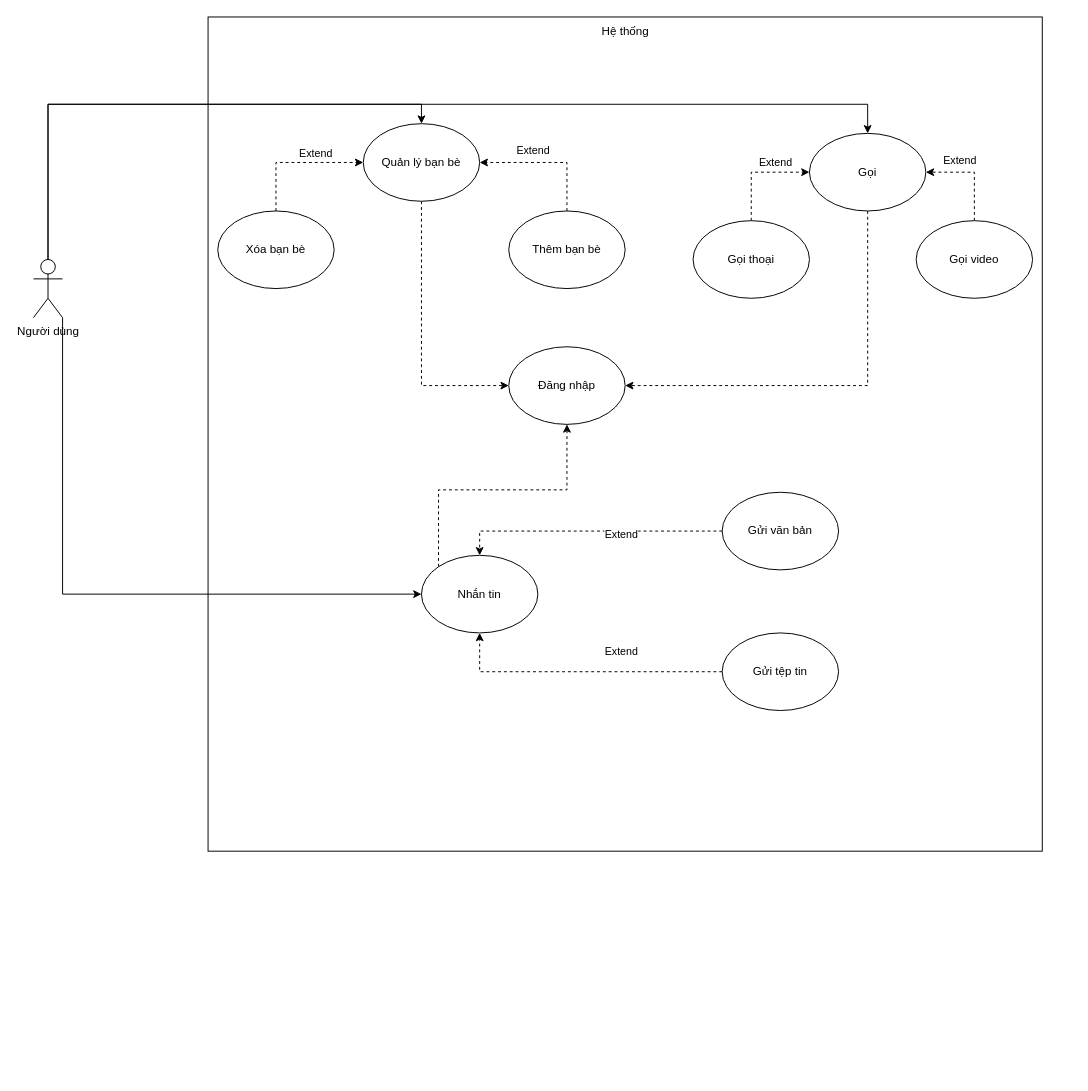
Before: page "Trang-1" (1 of 2) of client/chat.drawio in MaiNhatHoangY2001/mchat, a draw.io diagram. Source tidied: cells renumbered, new cells numbered last; positions are measured from the earlier drawing's top-left corner, leaving out a move shared by most shapes. Both pictures are drawn from the tidied source at 97%, with x=0, y=0 at pixel (33, 16).
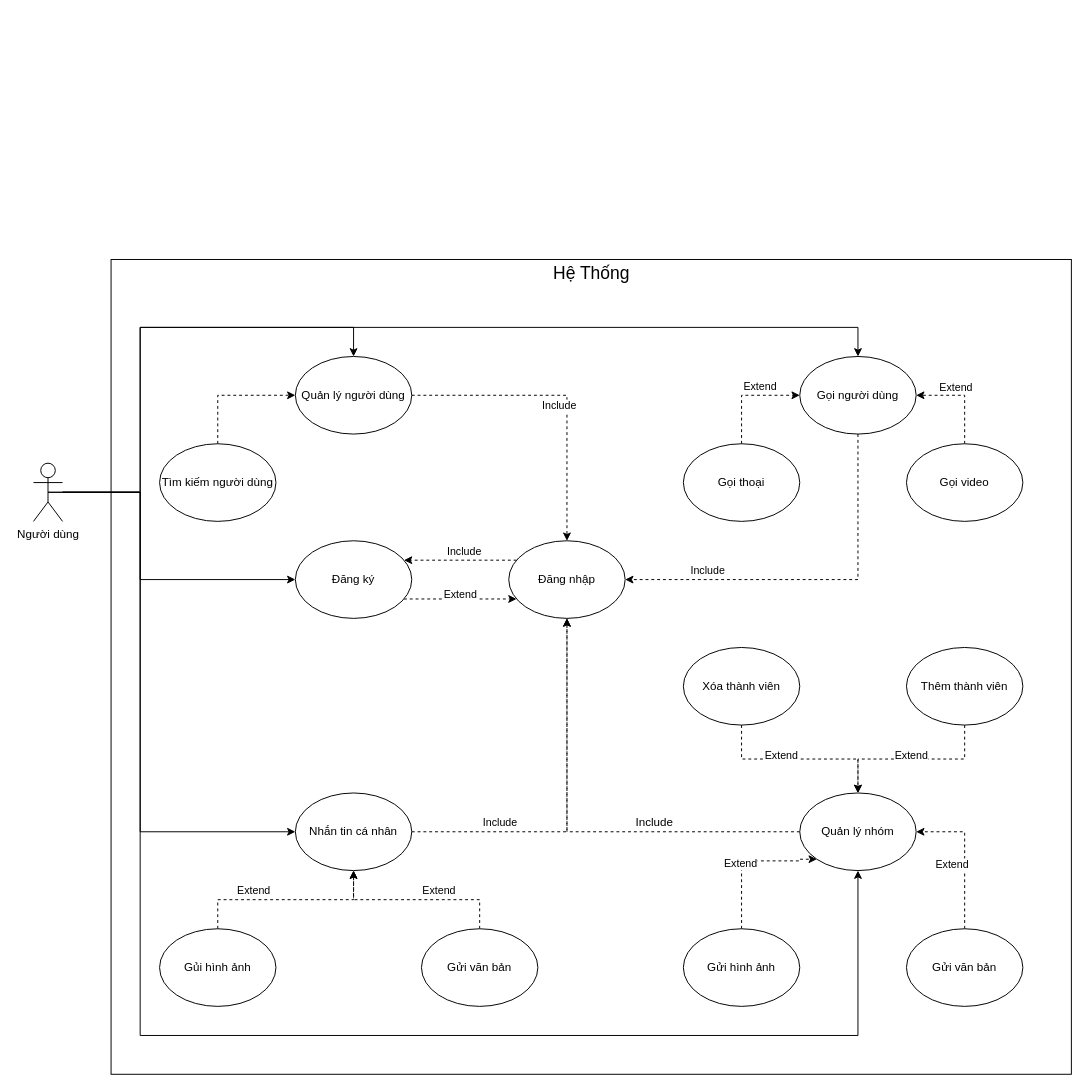
The same page after the edit.

The change refers to these unchanged cells:
```xml
<mxCell id="5" style="edgeStyle=orthogonalEdgeStyle;rounded=0;jettySize=auto;html=1;exitX=0.5;exitY=1;exitDx=0;exitDy=0;entryX=1;entryY=0.5;entryDx=0;entryDy=0;dashed=1;" parent="1" edge="1" source="6" target="23">
  <mxGeometry relative="1" as="geometry" />
</mxCell>
<mxCell id="7" style="edgeStyle=orthogonalEdgeStyle;rounded=0;jettySize=auto;html=1;exitX=0.5;exitY=0;exitDx=0;exitDy=0;entryX=1;entryY=0.5;entryDx=0;entryDy=0;dashed=1;" parent="1" edge="1" source="8" target="6">
  <mxGeometry relative="1" as="geometry" />
</mxCell>
<mxCell id="27" style="edgeStyle=orthogonalEdgeStyle;rounded=0;jettySize=auto;html=1;exitX=0.5;exitY=0;exitDx=0;exitDy=0;entryX=0;entryY=0.5;entryDx=0;entryDy=0;dashed=1;" parent="1" edge="1" source="28" target="6">
  <mxGeometry relative="1" as="geometry" />
</mxCell>
```

The edit, as a diff of the source:
```diff
@@
     <mxCell id="2" style="whiteSpace=wrap;html=1;" parent="1" vertex="1">
-      <mxGeometry x="180" width="860" height="860" as="geometry" />
+      <mxGeometry x="80" y="250" width="990" height="840" as="geometry" />
     </mxCell>
-    <mxCell id="3" style="edgeStyle=orthogonalEdgeStyle;rounded=0;jettySize=auto;html=1;exitX=0;exitY=0;exitDx=0;exitDy=0;entryX=0.5;entryY=1;entryDx=0;entryDy=0;dashed=1;" parent="1" edge="1" source="4" target="23">
-      <mxGeometry relative="1" as="geometry" />
+    <mxCell id="3" style="edgeStyle=orthogonalEdgeStyle;rounded=0;jettySize=auto;html=1;exitX=1;exitY=0.5;exitDx=0;exitDy=0;entryX=0.5;entryY=1;entryDx=0;entryDy=0;dashed=1;" parent="1" edge="1" source="4" target="23">
+      <mxGeometry relative="1" as="geometry">
+        <Array as="points">
+          <mxPoint x="550" y="840" />
+        </Array>
+      </mxGeometry>
     </mxCell>
+    <mxCell id="33" value="Include" style="edgeLabel;html=1;align=center;verticalAlign=middle;" parent="3" vertex="1">
+      <mxGeometry x="0.36" relative="1" as="geometry">
+        <mxPoint x="-70" y="88" as="offset" />
+      </mxGeometry>
+    </mxCell>
-    <mxCell id="4" value="Nhắn tin" style="ellipse;whiteSpace=wrap;html=1;" parent="1" vertex="1">
-      <mxGeometry x="400" y="555" width="120" height="80" as="geometry" />
+    <mxCell id="4" value="Nhắn tin cá nhân" style="ellipse;whiteSpace=wrap;html=1;" parent="1" vertex="1">
+      <mxGeometry x="270" y="800" width="120" height="80" as="geometry" />
     </mxCell>
@@
+    <mxCell id="34" value="Include" style="edgeLabel;html=1;align=center;verticalAlign=middle;" parent="5" vertex="1">
+      <mxGeometry x="0.55" relative="1" as="geometry">
+        <mxPoint x="-4" y="-10" as="offset" />
+      </mxGeometry>
+    </mxCell>
-    <mxCell id="6" value="Gọi" style="ellipse;whiteSpace=wrap;html=1;" parent="1" vertex="1">
-      <mxGeometry x="800" y="120" width="120" height="80" as="geometry" />
+    <mxCell id="6" value="Gọi người dùng" style="ellipse;whiteSpace=wrap;html=1;" parent="1" vertex="1">
+      <mxGeometry x="790" y="350" width="120" height="80" as="geometry" />
     </mxCell>
@@
+    <mxCell id="35" value="Extend" style="edgeLabel;html=1;align=center;verticalAlign=middle;" parent="7" vertex="1">
+      <mxGeometry x="-0.18" y="-1" relative="1" as="geometry">
+        <mxPoint x="-11" y="-18" as="offset" />
+      </mxGeometry>
+    </mxCell>
     <mxCell id="8" value="Gọi video" style="ellipse;whiteSpace=wrap;html=1;" parent="1" vertex="1">
-      <mxGeometry x="910" y="210" width="120" height="80" as="geometry" />
+      <mxGeometry x="900" y="440" width="120" height="80" as="geometry" />
     </mxCell>
-    <mxCell id="9" style="edgeStyle=orthogonalEdgeStyle;rounded=0;jettySize=auto;html=1;exitX=0;exitY=0.5;exitDx=0;exitDy=0;entryX=0.5;entryY=1;entryDx=0;entryDy=0;dashed=1;" parent="1" edge="1" source="10" target="4">
-      <mxGeometry relative="1" as="geometry" />
+    <mxCell id="9" style="edgeStyle=orthogonalEdgeStyle;rounded=0;jettySize=auto;html=1;exitX=0.5;exitY=0;exitDx=0;exitDy=0;dashed=1;entryX=0.5;entryY=1;entryDx=0;entryDy=0;" parent="1" edge="1" source="10" target="4">
+      <mxGeometry relative="1" as="geometry">
+        <Array as="points">
+          <mxPoint x="190" y="910" />
+          <mxPoint x="330" y="910" />
+        </Array>
+      </mxGeometry>
     </mxCell>
+    <mxCell id="36" value="Extend" style="edgeLabel;html=1;align=center;verticalAlign=middle;" parent="9" vertex="1">
+      <mxGeometry x="-0.34" y="-1" relative="1" as="geometry">
+        <mxPoint y="-11" as="offset" />
+      </mxGeometry>
+    </mxCell>
-    <mxCell id="10" value="Gửi tệp tin" style="ellipse;whiteSpace=wrap;html=1;" parent="1" vertex="1">
-      <mxGeometry x="710" y="635" width="120" height="80" as="geometry" />
+    <mxCell id="10" value="Gủi hình ảnh" style="ellipse;whiteSpace=wrap;html=1;" parent="1" vertex="1">
+      <mxGeometry x="130" y="940" width="120" height="80" as="geometry" />
     </mxCell>
-    <mxCell id="11" style="edgeStyle=orthogonalEdgeStyle;rounded=0;jettySize=auto;html=1;exitX=0.5;exitY=0;exitDx=0;exitDy=0;exitPerimeter=0;entryX=0.5;entryY=0;entryDx=0;entryDy=0;" parent="1" edge="1" source="14" target="18">
-      <mxGeometry relative="1" as="geometry" />
-    </mxCell>
-    <mxCell id="12" style="edgeStyle=orthogonalEdgeStyle;rounded=0;jettySize=auto;html=1;exitX=0.75;exitY=0.1;exitDx=0;exitDy=0;exitPerimeter=0;entryX=0.5;entryY=0;entryDx=0;entryDy=0;" parent="1" edge="1" source="14" target="6">
+    <mxCell id="12" style="edgeStyle=orthogonalEdgeStyle;rounded=0;jettySize=auto;html=1;exitX=0.5;exitY=0.5;exitDx=0;exitDy=0;exitPerimeter=0;entryX=0.5;entryY=0;entryDx=0;entryDy=0;" parent="1" edge="1" source="14" target="6">
       <mxGeometry relative="1" as="geometry">
         <Array as="points">
-          <mxPoint x="15" y="256" />
-          <mxPoint x="15" y="90" />
-          <mxPoint x="860" y="90" />
+          <mxPoint x="110" y="490" />
+          <mxPoint x="110" y="320" />
+          <mxPoint x="850" y="320" />
         </Array>
       </mxGeometry>
     </mxCell>
-    <mxCell id="13" style="edgeStyle=orthogonalEdgeStyle;rounded=0;jettySize=auto;html=1;exitX=1;exitY=1;exitDx=0;exitDy=0;exitPerimeter=0;entryX=0;entryY=0.5;entryDx=0;entryDy=0;" parent="1" edge="1" source="14" target="4">
-      <mxGeometry relative="1" as="geometry" />
+    <mxCell id="13" style="edgeStyle=orthogonalEdgeStyle;rounded=0;jettySize=auto;html=1;exitX=0.5;exitY=0.5;exitDx=0;exitDy=0;exitPerimeter=0;entryX=0;entryY=0.5;entryDx=0;entryDy=0;" parent="1" edge="1" source="14" target="4">
+      <mxGeometry relative="1" as="geometry">
+        <Array as="points">
+          <mxPoint x="110" y="490" />
+          <mxPoint x="110" y="840" />
+        </Array>
+      </mxGeometry>
     </mxCell>
+    <mxCell id="37" style="edgeStyle=orthogonalEdgeStyle;rounded=0;jettySize=auto;html=1;entryX=0.5;entryY=0;entryDx=0;entryDy=0;" parent="1" edge="1" source="14" target="46">
+      <mxGeometry relative="1" as="geometry">
+        <Array as="points">
+          <mxPoint x="110" y="490" />
+          <mxPoint x="110" y="320" />
+          <mxPoint x="330" y="320" />
+        </Array>
+      </mxGeometry>
+    </mxCell>
+    <mxCell id="38" style="edgeStyle=orthogonalEdgeStyle;rounded=0;jettySize=auto;html=1;entryX=0.5;entryY=1;entryDx=0;entryDy=0;" parent="1" edge="1" source="14" target="51">
+      <mxGeometry relative="1" as="geometry">
+        <Array as="points">
+          <mxPoint x="110" y="490" />
+          <mxPoint x="110" y="1050" />
+          <mxPoint x="850" y="1050" />
+        </Array>
+      </mxGeometry>
+    </mxCell>
+    <mxCell id="39" style="edgeStyle=orthogonalEdgeStyle;rounded=0;jettySize=auto;html=1;entryX=0;entryY=0.5;entryDx=0;entryDy=0;" parent="1" edge="1" source="14" target="66">
+      <mxGeometry relative="1" as="geometry">
+        <Array as="points">
+          <mxPoint x="110" y="490" />
+          <mxPoint x="110" y="580" />
+        </Array>
+      </mxGeometry>
+    </mxCell>
     <mxCell id="14" value="Người dùng&lt;br&gt;" style="shape=umlActor;verticalLabelPosition=bottom;verticalAlign=top;html=1;outlineConnect=0;" parent="1" vertex="1">
-      <mxGeometry y="250" width="30" height="60" as="geometry" />
+      <mxGeometry y="460" width="30" height="60" as="geometry" />
     </mxCell>
-    <mxCell id="15" style="edgeStyle=orthogonalEdgeStyle;rounded=0;jettySize=auto;html=1;exitX=0;exitY=0.5;exitDx=0;exitDy=0;entryX=0.5;entryY=0;entryDx=0;entryDy=0;dashed=1;" parent="1" edge="1" source="16" target="4">
-      <mxGeometry relative="1" as="geometry" />
+    <mxCell id="15" style="edgeStyle=orthogonalEdgeStyle;rounded=0;jettySize=auto;html=1;exitX=0.5;exitY=0;exitDx=0;exitDy=0;entryX=0.5;entryY=1;entryDx=0;entryDy=0;dashed=1;" parent="1" edge="1" source="16" target="4">
+      <mxGeometry x="-0.69" y="-45" relative="1" as="geometry">
+        <Array as="points">
+          <mxPoint x="460" y="910" />
+          <mxPoint x="330" y="910" />
+        </Array>
+        <mxPoint x="40" y="25" as="offset" />
+      </mxGeometry>
     </mxCell>
+    <mxCell id="40" value="Extend" style="edgeLabel;html=1;align=center;verticalAlign=middle;" parent="15" vertex="1">
+      <mxGeometry x="-0.23" relative="1" as="geometry">
+        <mxPoint y="-10" as="offset" />
+      </mxGeometry>
+    </mxCell>
     <mxCell id="16" value="Gửi văn bản" style="ellipse;whiteSpace=wrap;html=1;" parent="1" vertex="1">
-      <mxGeometry x="710" y="490" width="120" height="80" as="geometry" />
+      <mxGeometry x="400" y="940" width="120" height="80" as="geometry" />
     </mxCell>
-    <mxCell id="17" style="edgeStyle=orthogonalEdgeStyle;rounded=0;jettySize=auto;html=1;exitX=0.5;exitY=1;exitDx=0;exitDy=0;entryX=0;entryY=0.5;entryDx=0;entryDy=0;dashed=1;" parent="1" edge="1" source="18" target="23">
-      <mxGeometry relative="1" as="geometry" />
-    </mxCell>
-    <mxCell id="18" value="Quản lý bạn bè" style="ellipse;whiteSpace=wrap;html=1;" parent="1" vertex="1">
-      <mxGeometry x="340" y="110" width="120" height="80" as="geometry" />
-    </mxCell>
-    <mxCell id="19" style="edgeStyle=orthogonalEdgeStyle;rounded=0;jettySize=auto;html=1;exitX=0.5;exitY=0;exitDx=0;exitDy=0;entryX=1;entryY=0.5;entryDx=0;entryDy=0;dashed=1;" parent="1" edge="1" source="20" target="18">
-      <mxGeometry relative="1" as="geometry" />
-    </mxCell>
-    <mxCell id="20" value="Thêm bạn bè" style="ellipse;whiteSpace=wrap;html=1;" parent="1" vertex="1">
-      <mxGeometry x="490" y="200" width="120" height="80" as="geometry" />
-    </mxCell>
-    <mxCell id="21" style="edgeStyle=orthogonalEdgeStyle;rounded=0;jettySize=auto;html=1;exitX=0.5;exitY=0;exitDx=0;exitDy=0;entryX=0;entryY=0.5;entryDx=0;entryDy=0;dashed=1;" parent="1" edge="1" source="22" target="18">
-      <mxGeometry relative="1" as="geometry" />
-    </mxCell>
-    <mxCell id="22" value="Xóa bạn bè" style="ellipse;whiteSpace=wrap;html=1;" parent="1" vertex="1">
-      <mxGeometry x="190" y="200" width="120" height="80" as="geometry" />
-    </mxCell>
+    <mxCell id="41" style="edgeStyle=orthogonalEdgeStyle;rounded=0;jettySize=auto;html=1;dashed=1;" parent="1" edge="1" source="23" target="66">
+      <mxGeometry relative="1" as="geometry">
+        <Array as="points">
+          <mxPoint x="460" y="560" />
+          <mxPoint x="460" y="560" />
+        </Array>
+      </mxGeometry>
+    </mxCell>
+    <mxCell id="42" value="Include" style="edgeLabel;html=1;align=center;verticalAlign=middle;" parent="41" vertex="1">
+      <mxGeometry x="-0.16" y="2" relative="1" as="geometry">
+        <mxPoint x="-6" y="-12" as="offset" />
+      </mxGeometry>
+    </mxCell>
     <mxCell id="23" value="Đăng nhập" style="ellipse;whiteSpace=wrap;html=1;" parent="1" vertex="1">
-      <mxGeometry x="490" y="340" width="120" height="80" as="geometry" />
+      <mxGeometry x="490" y="540" width="120" height="80" as="geometry" />
     </mxCell>
-    <mxCell id="24" value="Extend" style="edgeLabel;html=1;align=center;verticalAlign=middle;" parent="1" vertex="1">
-      <mxGeometry x="290" y="140" as="geometry" />
-    </mxCell>
-    <mxCell id="25" value="Extend" style="edgeLabel;html=1;align=center;verticalAlign=middle;" parent="1" vertex="1">
-      <mxGeometry x="610" y="360" as="geometry">
-        <mxPoint x="-5" y="173" as="offset" />
-      </mxGeometry>
-    </mxCell>
-    <mxCell id="26" value="Extend" style="edgeLabel;html=1;align=center;verticalAlign=middle;" parent="1" vertex="1">
-      <mxGeometry x="610" y="480" as="geometry">
-        <mxPoint x="-5" y="173" as="offset" />
-      </mxGeometry>
-    </mxCell>
@@
+    <mxCell id="43" value="Extend" style="edgeLabel;html=1;align=center;verticalAlign=middle;" parent="27" vertex="1">
+      <mxGeometry x="0.23" y="-2" relative="1" as="geometry">
+        <mxPoint y="-12" as="offset" />
+      </mxGeometry>
+    </mxCell>
     <mxCell id="28" value="Gọi thoại" style="ellipse;whiteSpace=wrap;html=1;" parent="1" vertex="1">
-      <mxGeometry x="680" y="210" width="120" height="80" as="geometry" />
+      <mxGeometry x="670" y="440" width="120" height="80" as="geometry" />
     </mxCell>
-    <mxCell id="29" value="Extend" style="edgeLabel;html=1;align=center;verticalAlign=middle;" parent="1" vertex="1">
-      <mxGeometry x="770" y="150" as="geometry">
-        <mxPoint x="-6" y="-1" as="offset" />
-      </mxGeometry>
-    </mxCell>
-    <mxCell id="30" value="Extend" style="edgeLabel;html=1;align=center;verticalAlign=middle;" parent="1" vertex="1">
-      <mxGeometry x="980" y="100" as="geometry">
-        <mxPoint x="-26" y="47" as="offset" />
-      </mxGeometry>
-    </mxCell>
-    <mxCell id="31" value="Extend" style="edgeLabel;html=1;align=center;verticalAlign=middle;" parent="1" vertex="1">
-      <mxGeometry x="540" y="90" as="geometry">
-        <mxPoint x="-26" y="47" as="offset" />
-      </mxGeometry>
-    </mxCell>
-    <mxCell id="32" value="Hệ thống" style="text;html=1;align=center;verticalAlign=middle;strokeColor=none;fillColor=none;" parent="1" vertex="1">
-      <mxGeometry x="575" width="70" height="30" as="geometry" />
-    </mxCell>
+    <mxCell id="44" style="edgeStyle=orthogonalEdgeStyle;rounded=0;jettySize=auto;html=1;dashed=1;" parent="1" edge="1" source="46" target="23">
+      <mxGeometry relative="1" as="geometry">
+        <Array as="points">
+          <mxPoint x="550" y="390" />
+        </Array>
+      </mxGeometry>
+    </mxCell>
+    <mxCell id="45" value="Include" style="edgeLabel;html=1;align=center;verticalAlign=middle;" parent="44" vertex="1">
+      <mxGeometry y="2" relative="1" as="geometry">
+        <mxPoint x="-4" y="12" as="offset" />
+      </mxGeometry>
+    </mxCell>
+    <mxCell id="46" value="Quản lý người dùng" style="ellipse;whiteSpace=wrap;html=1;" parent="1" vertex="1">
+      <mxGeometry x="270" y="350" width="120" height="80" as="geometry" />
+    </mxCell>
+    <mxCell id="47" style="edgeStyle=orthogonalEdgeStyle;rounded=0;jettySize=auto;html=1;entryX=0;entryY=0.5;entryDx=0;entryDy=0;dashed=1;exitX=0.5;exitY=0;exitDx=0;exitDy=0;" parent="1" edge="1" source="48" target="46">
+      <mxGeometry relative="1" as="geometry" />
+    </mxCell>
+    <mxCell id="48" value="Tìm kiếm người dùng" style="ellipse;whiteSpace=wrap;html=1;" parent="1" vertex="1">
+      <mxGeometry x="130" y="440" width="120" height="80" as="geometry" />
+    </mxCell>
+    <mxCell id="49" style="edgeStyle=orthogonalEdgeStyle;rounded=0;jettySize=auto;html=1;dashed=1;" parent="1" edge="1" source="51" target="23">
+      <mxGeometry relative="1" as="geometry">
+        <Array as="points">
+          <mxPoint x="550" y="840" />
+        </Array>
+      </mxGeometry>
+    </mxCell>
+    <mxCell id="50" value="Include" style="edgeLabel;html=1;align=center;verticalAlign=middle;fontSize=12;" parent="49" vertex="1">
+      <mxGeometry x="-0.31" relative="1" as="geometry">
+        <mxPoint x="8" y="-10" as="offset" />
+      </mxGeometry>
+    </mxCell>
+    <mxCell id="51" value="Quản lý nhóm" style="ellipse;whiteSpace=wrap;html=1;" parent="1" vertex="1">
+      <mxGeometry x="790" y="800" width="120" height="80" as="geometry" />
+    </mxCell>
+    <mxCell id="52" style="edgeStyle=orthogonalEdgeStyle;rounded=0;jettySize=auto;html=1;entryX=0;entryY=1;entryDx=0;entryDy=0;dashed=1;" parent="1" edge="1" source="54" target="51">
+      <mxGeometry relative="1" as="geometry">
+        <Array as="points">
+          <mxPoint x="730" y="870" />
+          <mxPoint x="790" y="870" />
+          <mxPoint x="790" y="868" />
+        </Array>
+      </mxGeometry>
+    </mxCell>
+    <mxCell id="53" value="Extend" style="edgeLabel;html=1;align=center;verticalAlign=middle;" parent="52" vertex="1">
+      <mxGeometry x="-0.24" y="-1" relative="1" as="geometry">
+        <mxPoint x="-3" y="-11" as="offset" />
+      </mxGeometry>
+    </mxCell>
+    <mxCell id="54" value="Gửi hình ảnh" style="ellipse;whiteSpace=wrap;html=1;" parent="1" vertex="1">
+      <mxGeometry x="670" y="940" width="120" height="80" as="geometry" />
+    </mxCell>
+    <mxCell id="55" style="edgeStyle=orthogonalEdgeStyle;rounded=0;jettySize=auto;html=1;entryX=1;entryY=0.5;entryDx=0;entryDy=0;dashed=1;" parent="1" edge="1" source="57" target="51">
+      <mxGeometry relative="1" as="geometry" />
+    </mxCell>
+    <mxCell id="56" value="Extend" style="edgeLabel;html=1;align=center;verticalAlign=middle;" parent="55" vertex="1">
+      <mxGeometry x="-0.27" y="2" relative="1" as="geometry">
+        <mxPoint x="-12" y="-12" as="offset" />
+      </mxGeometry>
+    </mxCell>
+    <mxCell id="57" value="Gửi văn bản" style="ellipse;whiteSpace=wrap;html=1;" parent="1" vertex="1">
+      <mxGeometry x="900" y="940" width="120" height="80" as="geometry" />
+    </mxCell>
+    <mxCell id="58" style="edgeStyle=orthogonalEdgeStyle;rounded=0;jettySize=auto;html=1;entryX=0.5;entryY=0;entryDx=0;entryDy=0;dashed=1;" parent="1" edge="1" source="60" target="51">
+      <mxGeometry relative="1" as="geometry" />
+    </mxCell>
+    <mxCell id="59" value="Extend" style="edgeLabel;html=1;align=center;verticalAlign=middle;" parent="58" vertex="1">
+      <mxGeometry x="-0.26" y="2" relative="1" as="geometry">
+        <mxPoint x="-24" y="-7" as="offset" />
+      </mxGeometry>
+    </mxCell>
+    <mxCell id="60" value="Thêm thành viên" style="ellipse;whiteSpace=wrap;html=1;" parent="1" vertex="1">
+      <mxGeometry x="900" y="650" width="120" height="80" as="geometry" />
+    </mxCell>
+    <mxCell id="61" style="edgeStyle=orthogonalEdgeStyle;rounded=0;jettySize=auto;html=1;entryX=0.5;entryY=0;entryDx=0;entryDy=0;dashed=1;" parent="1" edge="1" source="63" target="51">
+      <mxGeometry relative="1" as="geometry" />
+    </mxCell>
+    <mxCell id="62" value="Extend" style="edgeLabel;html=1;align=center;verticalAlign=middle;" parent="61" vertex="1">
+      <mxGeometry x="-0.28" y="-1" relative="1" as="geometry">
+        <mxPoint x="7" y="-6" as="offset" />
+      </mxGeometry>
+    </mxCell>
+    <mxCell id="63" value="Xóa thành viên" style="ellipse;whiteSpace=wrap;html=1;" parent="1" vertex="1">
+      <mxGeometry x="670" y="650" width="120" height="80" as="geometry" />
+    </mxCell>
+    <mxCell id="64" style="edgeStyle=orthogonalEdgeStyle;rounded=0;jettySize=auto;html=1;dashed=1;" parent="1" edge="1" source="66" target="23">
+      <mxGeometry relative="1" as="geometry">
+        <Array as="points">
+          <mxPoint x="450" y="600" />
+          <mxPoint x="450" y="600" />
+        </Array>
+      </mxGeometry>
+    </mxCell>
+    <mxCell id="65" value="Extend" style="edgeLabel;html=1;align=center;verticalAlign=middle;" parent="64" vertex="1">
+      <mxGeometry x="0.29" y="1" relative="1" as="geometry">
+        <mxPoint x="-17" y="-4" as="offset" />
+      </mxGeometry>
+    </mxCell>
+    <mxCell id="66" value="Đăng ký" style="ellipse;whiteSpace=wrap;html=1;" parent="1" vertex="1">
+      <mxGeometry x="270" y="540" width="120" height="80" as="geometry" />
+    </mxCell>
+    <mxCell id="67" value="Hệ Thống" style="text;html=1;strokeColor=none;fillColor=none;align=center;verticalAlign=middle;whiteSpace=wrap;rounded=0;fontSize=18;" parent="1" vertex="1">
+      <mxGeometry x="512.5" y="250" width="125" height="30" as="geometry" />
+    </mxCell>
```
